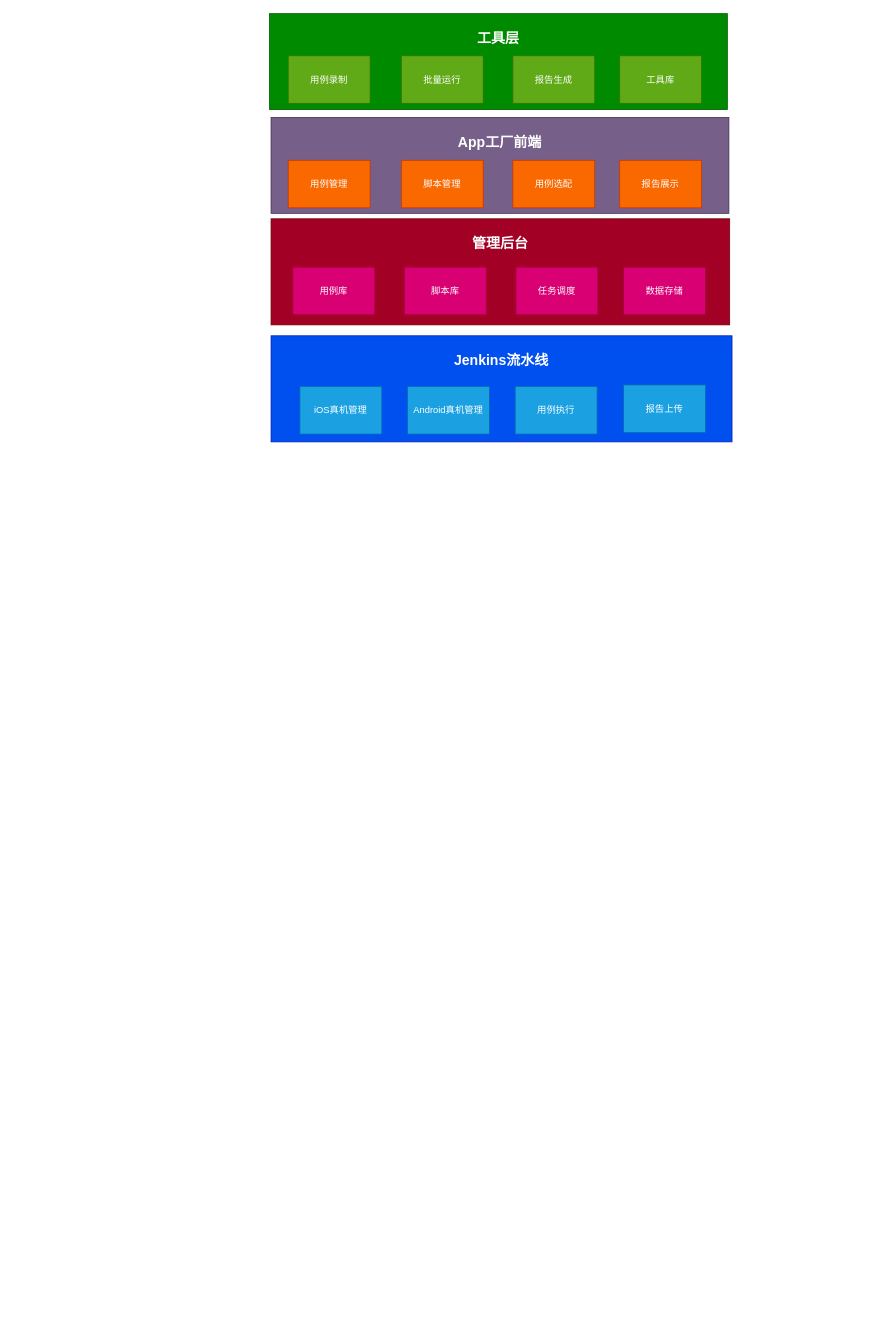
This is 移动测试平台.drawio from MrDreamCatcher/jisaw, a draw.io file, before an edit. Source tidied: cells renumbered, new cells numbered last; positions are measured from the earlier drawing's top-left corner, leaving out a move shared by most shapes. Both pictures are drawn from the tidied source at 78%, with x=0, y=0 at pixel (269, 13).
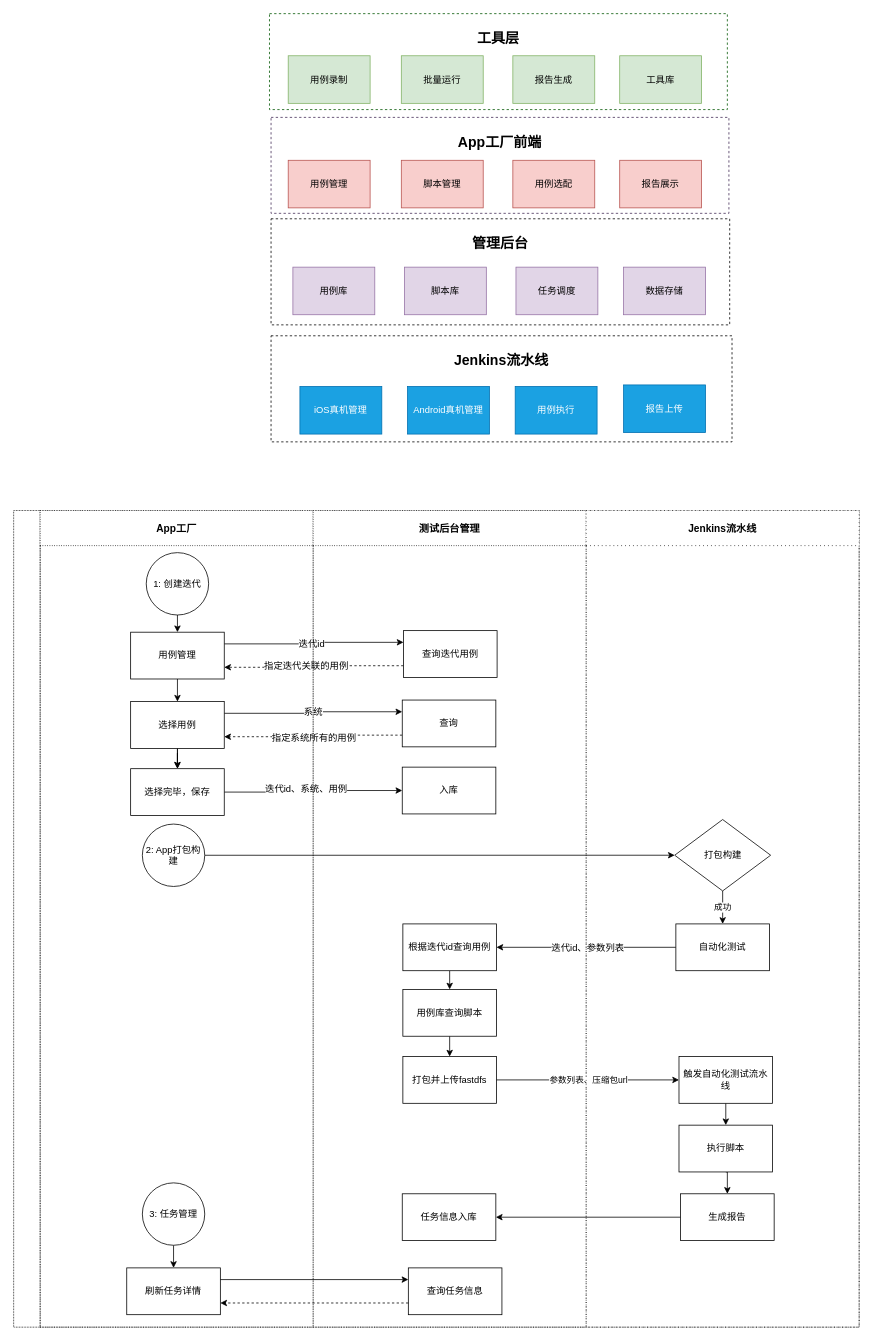
Above is the later version.

Commit message:
更新移动测试平台.drawio

Change to the diagram source:
```diff
@@
-    <mxCell id="2" value="&lt;h2&gt;工具层&lt;/h2&gt;" style="rounded=0;whiteSpace=wrap;html=1;verticalAlign=top;fillColor=#008a00;fontColor=#ffffff;strokeColor=#005700;" parent="1" vertex="1">
+    <mxCell id="2" value="&lt;h2&gt;&lt;font color=&quot;#000000&quot;&gt;工具层&lt;/font&gt;&lt;/h2&gt;" style="rounded=0;whiteSpace=wrap;html=1;verticalAlign=top;fillColor=#FFFFFF;fontColor=#ffffff;strokeColor=#005700;dashed=1;" parent="1" vertex="1">
       <mxGeometry width="587" height="123" as="geometry" />
     </mxCell>
-    <mxCell id="3" value="&lt;h2 style=&quot;text-align: justify;&quot;&gt;&lt;font style=&quot;font-size: 18px;&quot;&gt;管理后台&lt;/font&gt;&lt;/h2&gt;" style="rounded=0;whiteSpace=wrap;html=1;horizontal=1;verticalAlign=top;fillColor=#a20025;fontColor=#ffffff;strokeColor=#6F0000;" parent="1" vertex="1">
+    <mxCell id="3" value="&lt;h2 style=&quot;text-align: justify;&quot;&gt;&lt;font style=&quot;font-size: 18px;&quot;&gt;管理后台&lt;/font&gt;&lt;/h2&gt;" style="rounded=0;whiteSpace=wrap;html=1;horizontal=1;verticalAlign=top;dashed=1;" parent="1" vertex="1">
       <mxGeometry x="2" y="263" width="588" height="136" as="geometry" />
     </mxCell>
-    <mxCell id="4" value="用例库" style="rounded=0;whiteSpace=wrap;html=1;fillColor=#d80073;fontColor=#ffffff;strokeColor=#A50040;" parent="1" vertex="1">
+    <mxCell id="4" value="用例库" style="rounded=0;whiteSpace=wrap;html=1;fillColor=#e1d5e7;strokeColor=#9673a6;" parent="1" vertex="1">
       <mxGeometry x="30" y="325" width="105" height="61" as="geometry" />
     </mxCell>
-    <mxCell id="5" value="脚本库" style="rounded=0;whiteSpace=wrap;html=1;fillColor=#d80073;fontColor=#ffffff;strokeColor=#A50040;" parent="1" vertex="1">
+    <mxCell id="5" value="脚本库" style="rounded=0;whiteSpace=wrap;html=1;fillColor=#e1d5e7;strokeColor=#9673a6;" parent="1" vertex="1">
       <mxGeometry x="173" y="325" width="105" height="61" as="geometry" />
     </mxCell>
-    <mxCell id="6" value="任务调度" style="rounded=0;whiteSpace=wrap;html=1;fillColor=#d80073;fontColor=#ffffff;strokeColor=#A50040;" parent="1" vertex="1">
+    <mxCell id="6" value="任务调度" style="rounded=0;whiteSpace=wrap;html=1;fillColor=#e1d5e7;strokeColor=#9673a6;" parent="1" vertex="1">
       <mxGeometry x="316" y="325" width="105" height="61" as="geometry" />
     </mxCell>
-    <mxCell id="7" value="数据存储" style="rounded=0;whiteSpace=wrap;html=1;fillColor=#d80073;fontColor=#ffffff;strokeColor=#A50040;" parent="1" vertex="1">
+    <mxCell id="7" value="数据存储" style="rounded=0;whiteSpace=wrap;html=1;fillColor=#e1d5e7;strokeColor=#9673a6;" parent="1" vertex="1">
       <mxGeometry x="454" y="325" width="105" height="61" as="geometry" />
     </mxCell>
-    <mxCell id="8" value="用例录制" style="rounded=0;whiteSpace=wrap;html=1;fillColor=#60a917;strokeColor=#2D7600;fontColor=#ffffff;" parent="1" vertex="1">
+    <mxCell id="8" value="用例录制" style="rounded=0;whiteSpace=wrap;html=1;fillColor=#d5e8d4;strokeColor=#82b366;" parent="1" vertex="1">
       <mxGeometry x="24" y="54" width="105" height="61" as="geometry" />
     </mxCell>
-    <mxCell id="9" value="批量运行" style="rounded=0;whiteSpace=wrap;html=1;fillColor=#60a917;strokeColor=#2D7600;fontColor=#ffffff;" parent="1" vertex="1">
+    <mxCell id="9" value="批量运行" style="rounded=0;whiteSpace=wrap;html=1;fillColor=#d5e8d4;strokeColor=#82b366;" parent="1" vertex="1">
       <mxGeometry x="169" y="54" width="105" height="61" as="geometry" />
     </mxCell>
-    <mxCell id="10" value="报告生成" style="rounded=0;whiteSpace=wrap;html=1;fillColor=#60a917;strokeColor=#2D7600;fontColor=#ffffff;" parent="1" vertex="1">
+    <mxCell id="10" value="报告生成" style="rounded=0;whiteSpace=wrap;html=1;fillColor=#d5e8d4;strokeColor=#82b366;" parent="1" vertex="1">
       <mxGeometry x="312" y="54" width="105" height="61" as="geometry" />
     </mxCell>
-    <mxCell id="11" value="&lt;h2 style=&quot;text-align: justify;&quot;&gt;&lt;font color=&quot;#ffffff&quot;&gt;Jenkins流水线&lt;/font&gt;&lt;/h2&gt;" style="rounded=0;whiteSpace=wrap;html=1;horizontal=1;verticalAlign=top;fillColor=#0050ef;fontColor=#ffffff;strokeColor=#001DBC;" parent="1" vertex="1">
+    <mxCell id="11" value="&lt;h2 style=&quot;text-align: justify;&quot;&gt;Jenkins流水线&lt;/h2&gt;" style="rounded=0;whiteSpace=wrap;html=1;horizontal=1;verticalAlign=top;dashed=1;" parent="1" vertex="1">
       <mxGeometry x="2" y="413" width="591" height="136" as="geometry" />
     </mxCell>
-    <mxCell id="12" value="工具库" style="rounded=0;whiteSpace=wrap;html=1;fillColor=#60a917;strokeColor=#2D7600;fontColor=#ffffff;" parent="1" vertex="1">
+    <mxCell id="12" value="工具库" style="rounded=0;whiteSpace=wrap;html=1;fillColor=#d5e8d4;strokeColor=#82b366;" parent="1" vertex="1">
       <mxGeometry x="449" y="54" width="105" height="61" as="geometry" />
     </mxCell>
@@
-    <mxCell id="17" value="&lt;h2&gt;App工厂前端&lt;/h2&gt;" style="rounded=0;whiteSpace=wrap;html=1;verticalAlign=top;fillColor=#76608a;fontColor=#ffffff;strokeColor=#432D57;" parent="1" vertex="1">
+    <mxCell id="17" value="&lt;h2&gt;&lt;font color=&quot;#000000&quot;&gt;App工厂前端&lt;/font&gt;&lt;/h2&gt;" style="rounded=0;whiteSpace=wrap;html=1;verticalAlign=top;fillColor=#FFFFFF;fontColor=#ffffff;strokeColor=#432D57;dashed=1;" parent="1" vertex="1">
       <mxGeometry x="2" y="133" width="587" height="123" as="geometry" />
     </mxCell>
-    <mxCell id="18" value="用例管理" style="rounded=0;whiteSpace=wrap;html=1;fillColor=#fa6800;strokeColor=#C73500;fontColor=#FFFFFF;" parent="1" vertex="1">
+    <mxCell id="18" value="用例管理" style="rounded=0;whiteSpace=wrap;html=1;fillColor=#f8cecc;strokeColor=#b85450;" parent="1" vertex="1">
       <mxGeometry x="24" y="188" width="105" height="61" as="geometry" />
     </mxCell>
-    <mxCell id="19" value="脚本管理" style="rounded=0;whiteSpace=wrap;html=1;fillColor=#fa6800;strokeColor=#C73500;fontColor=#FFFFFF;" parent="1" vertex="1">
+    <mxCell id="19" value="脚本管理" style="rounded=0;whiteSpace=wrap;html=1;fillColor=#f8cecc;strokeColor=#b85450;" parent="1" vertex="1">
       <mxGeometry x="169" y="188" width="105" height="61" as="geometry" />
     </mxCell>
-    <mxCell id="20" value="用例选配" style="rounded=0;whiteSpace=wrap;html=1;fillColor=#fa6800;strokeColor=#C73500;fontColor=#FFFFFF;" parent="1" vertex="1">
+    <mxCell id="20" value="用例选配" style="rounded=0;whiteSpace=wrap;html=1;fillColor=#f8cecc;strokeColor=#b85450;" parent="1" vertex="1">
       <mxGeometry x="312" y="188" width="105" height="61" as="geometry" />
     </mxCell>
-    <mxCell id="21" value="报告展示" style="rounded=0;whiteSpace=wrap;html=1;fillColor=#fa6800;strokeColor=#C73500;fontColor=#FFFFFF;" parent="1" vertex="1">
+    <mxCell id="21" value="报告展示" style="rounded=0;whiteSpace=wrap;html=1;fillColor=#f8cecc;strokeColor=#b85450;" parent="1" vertex="1">
       <mxGeometry x="449" y="188" width="105" height="61" as="geometry" />
     </mxCell>
+    <mxCell id="22" style="swimlane;startSize=34;horizontal=0;fontSize=15;dashed=1;dashPattern=1 1;" parent="1" vertex="1">
+      <mxGeometry x="-328" y="637" width="1084" height="1047" as="geometry" />
+    </mxCell>
+    <mxCell id="23" style="edgeStyle=orthogonalEdgeStyle;rounded=0;jettySize=auto;html=1;exitX=1;exitY=0.25;exitDx=0;exitDy=0;entryX=0;entryY=0.25;entryDx=0;entryDy=0;" parent="22" edge="1" source="40" target="50">
+      <mxGeometry relative="1" as="geometry" />
+    </mxCell>
+    <mxCell id="24" value="迭代id" style="edgeLabel;html=1;align=center;verticalAlign=middle;fontSize=12;" parent="23" vertex="1">
+      <mxGeometry x="-0.17" y="3" relative="1" as="geometry">
+        <mxPoint x="15" y="2" as="offset" />
+      </mxGeometry>
+    </mxCell>
+    <mxCell id="25" style="edgeStyle=orthogonalEdgeStyle;rounded=0;jettySize=auto;html=1;exitX=0;exitY=0.75;exitDx=0;exitDy=0;entryX=1;entryY=0.75;entryDx=0;entryDy=0;dashed=1;" parent="22" edge="1" source="50" target="40">
+      <mxGeometry relative="1" as="geometry" />
+    </mxCell>
+    <mxCell id="26" value="指定迭代关联的用例" style="edgeLabel;html=1;align=center;verticalAlign=middle;fontSize=12;" parent="25" vertex="1">
+      <mxGeometry x="-0.1" y="-2" relative="1" as="geometry">
+        <mxPoint x="-21" y="2" as="offset" />
+      </mxGeometry>
+    </mxCell>
+    <mxCell id="27" style="edgeStyle=orthogonalEdgeStyle;rounded=0;jettySize=auto;html=1;exitX=1;exitY=0.25;exitDx=0;exitDy=0;entryX=0;entryY=0.25;entryDx=0;entryDy=0;" parent="22" edge="1" source="43" target="51">
+      <mxGeometry relative="1" as="geometry" />
+    </mxCell>
+    <mxCell id="28" value="系统" style="edgeLabel;html=1;align=center;verticalAlign=middle;fontSize=12;" parent="27" vertex="1">
+      <mxGeometry x="-0.04" y="1" relative="1" as="geometry">
+        <mxPoint x="3" y="-1" as="offset" />
+      </mxGeometry>
+    </mxCell>
+    <mxCell id="29" style="edgeStyle=orthogonalEdgeStyle;rounded=0;jettySize=auto;html=1;exitX=0;exitY=0.75;exitDx=0;exitDy=0;entryX=1;entryY=0.75;entryDx=0;entryDy=0;dashed=1;" parent="22" edge="1" source="51" target="43">
+      <mxGeometry relative="1" as="geometry" />
+    </mxCell>
+    <mxCell id="30" value="指定系统所有的用例" style="edgeLabel;html=1;align=center;verticalAlign=middle;fontSize=12;" parent="29" vertex="1">
+      <mxGeometry x="0.04" y="-1" relative="1" as="geometry">
+        <mxPoint x="4" y="2" as="offset" />
+      </mxGeometry>
+    </mxCell>
+    <mxCell id="31" style="edgeStyle=orthogonalEdgeStyle;rounded=0;jettySize=auto;html=1;exitX=1;exitY=0.5;exitDx=0;exitDy=0;entryX=0;entryY=0.5;entryDx=0;entryDy=0;" parent="22" edge="1" source="44" target="52">
+      <mxGeometry relative="1" as="geometry" />
+    </mxCell>
+    <mxCell id="32" value="迭代id、系统、用例" style="edgeLabel;html=1;align=center;verticalAlign=middle;fontSize=12;" parent="31" vertex="1">
+      <mxGeometry x="0.08" y="4" relative="1" as="geometry">
+        <mxPoint x="-18" y="2" as="offset" />
+      </mxGeometry>
+    </mxCell>
+    <mxCell id="33" style="edgeStyle=orthogonalEdgeStyle;rounded=0;jettySize=auto;html=1;exitX=1;exitY=0.5;exitDx=0;exitDy=0;entryX=0;entryY=0.5;entryDx=0;entryDy=0;" parent="22" edge="1" source="45" target="67">
+      <mxGeometry relative="1" as="geometry" />
+    </mxCell>
+    <mxCell id="34" style="edgeStyle=orthogonalEdgeStyle;rounded=0;jettySize=auto;html=1;exitX=0;exitY=0.5;exitDx=0;exitDy=0;entryX=1;entryY=0.5;entryDx=0;entryDy=0;" parent="22" edge="1" source="68" target="54">
+      <mxGeometry relative="1" as="geometry" />
+    </mxCell>
+    <mxCell id="35" value="迭代id、参数列表" style="edgeLabel;html=1;align=center;verticalAlign=middle;fontSize=12;" parent="34" vertex="1">
+      <mxGeometry x="-0.05" relative="1" as="geometry">
+        <mxPoint x="-5" as="offset" />
+      </mxGeometry>
+    </mxCell>
+    <mxCell id="36" value="App工厂" style="swimlane;startSize=45;fontSize=13;dashed=1;dashPattern=1 2;" parent="22" vertex="1">
+      <mxGeometry x="34" width="350" height="1047" as="geometry" />
+    </mxCell>
+    <mxCell id="37" style="edgeStyle=orthogonalEdgeStyle;rounded=0;jettySize=auto;html=1;exitX=0.5;exitY=1;exitDx=0;exitDy=0;entryX=0.5;entryY=0;entryDx=0;entryDy=0;" parent="36" edge="1" source="38" target="40">
+      <mxGeometry relative="1" as="geometry" />
+    </mxCell>
+    <mxCell id="38" value="1: 创建迭代" style="ellipse;whiteSpace=wrap;html=1;" parent="36" vertex="1">
+      <mxGeometry x="136" y="54" width="80" height="80" as="geometry" />
+    </mxCell>
+    <mxCell id="39" style="edgeStyle=orthogonalEdgeStyle;rounded=0;jettySize=auto;html=1;exitX=0.5;exitY=1;exitDx=0;exitDy=0;entryX=0.5;entryY=0;entryDx=0;entryDy=0;" parent="36" edge="1" source="40" target="43">
+      <mxGeometry relative="1" as="geometry" />
+    </mxCell>
+    <mxCell id="40" value="用例管理" style="whiteSpace=wrap;html=1;" parent="36" vertex="1">
+      <mxGeometry x="116" y="156" width="120" height="60" as="geometry" />
+    </mxCell>
+    <mxCell id="41" style="edgeStyle=orthogonalEdgeStyle;rounded=0;jettySize=auto;html=1;exitX=0.5;exitY=1;exitDx=0;exitDy=0;entryX=0.5;entryY=0;entryDx=0;entryDy=0;" parent="36" edge="1" source="43" target="44">
+      <mxGeometry relative="1" as="geometry" />
+    </mxCell>
+    <mxCell id="42" style="edgeStyle=orthogonalEdgeStyle;rounded=0;jettySize=auto;html=1;" parent="36" edge="1" source="43" target="44">
+      <mxGeometry relative="1" as="geometry" />
+    </mxCell>
+    <mxCell id="43" value="选择用例" style="whiteSpace=wrap;html=1;" parent="36" vertex="1">
+      <mxGeometry x="116" y="245" width="120" height="60" as="geometry" />
+    </mxCell>
+    <mxCell id="44" value="选择完毕，保存" style="whiteSpace=wrap;html=1;" parent="36" vertex="1">
+      <mxGeometry x="116" y="331" width="120" height="60" as="geometry" />
+    </mxCell>
+    <mxCell id="45" value="2: App打包构建" style="ellipse;whiteSpace=wrap;html=1;" parent="36" vertex="1">
+      <mxGeometry x="131" y="402" width="80" height="80" as="geometry" />
+    </mxCell>
+    <mxCell id="46" style="edgeStyle=orthogonalEdgeStyle;rounded=0;jettySize=auto;html=1;exitX=0.5;exitY=1;exitDx=0;exitDy=0;entryX=0.5;entryY=0;entryDx=0;entryDy=0;" parent="36" edge="1" source="47" target="48">
+      <mxGeometry relative="1" as="geometry" />
+    </mxCell>
+    <mxCell id="47" value="3: 任务管理" style="ellipse;whiteSpace=wrap;html=1;" parent="36" vertex="1">
+      <mxGeometry x="131" y="862" width="80" height="80" as="geometry" />
+    </mxCell>
+    <mxCell id="48" value="刷新任务详情" style="whiteSpace=wrap;html=1;" parent="36" vertex="1">
+      <mxGeometry x="111" y="971" width="120" height="60" as="geometry" />
+    </mxCell>
+    <mxCell id="49" value="测试后台管理" style="swimlane;startSize=45;fontSize=13;dashed=1;dashPattern=1 2;" parent="22" vertex="1">
+      <mxGeometry x="384" width="350" height="1047" as="geometry" />
+    </mxCell>
+    <mxCell id="50" value="查询迭代用例" style="whiteSpace=wrap;html=1;" parent="49" vertex="1">
+      <mxGeometry x="115.8" y="154" width="120" height="60" as="geometry" />
+    </mxCell>
+    <mxCell id="51" value="查询" style="whiteSpace=wrap;html=1;" parent="49" vertex="1">
+      <mxGeometry x="114.2" y="243" width="120" height="60" as="geometry" />
+    </mxCell>
+    <mxCell id="52" value="入库" style="whiteSpace=wrap;html=1;" parent="49" vertex="1">
+      <mxGeometry x="114.2" y="329" width="120" height="60" as="geometry" />
+    </mxCell>
+    <mxCell id="53" style="edgeStyle=orthogonalEdgeStyle;rounded=0;jettySize=auto;html=1;exitX=0.5;exitY=1;exitDx=0;exitDy=0;entryX=0.5;entryY=0;entryDx=0;entryDy=0;" parent="49" edge="1" source="54" target="56">
+      <mxGeometry relative="1" as="geometry" />
+    </mxCell>
+    <mxCell id="54" value="根据迭代id查询用例" style="whiteSpace=wrap;html=1;" parent="49" vertex="1">
+      <mxGeometry x="115" y="530" width="120" height="60" as="geometry" />
+    </mxCell>
+    <mxCell id="55" style="edgeStyle=orthogonalEdgeStyle;rounded=0;jettySize=auto;html=1;exitX=0.5;exitY=1;exitDx=0;exitDy=0;entryX=0.5;entryY=0;entryDx=0;entryDy=0;" parent="49" edge="1" source="56" target="57">
+      <mxGeometry relative="1" as="geometry" />
+    </mxCell>
+    <mxCell id="56" value="用例库查询脚本" style="whiteSpace=wrap;html=1;" parent="49" vertex="1">
+      <mxGeometry x="115" y="614" width="120" height="60" as="geometry" />
+    </mxCell>
+    <mxCell id="57" value="打包并上传fastdfs" style="whiteSpace=wrap;html=1;" parent="49" vertex="1">
+      <mxGeometry x="115" y="700" width="120" height="60" as="geometry" />
+    </mxCell>
+    <mxCell id="58" value="任务信息入库" style="whiteSpace=wrap;html=1;" parent="49" vertex="1">
+      <mxGeometry x="114.2" y="876" width="120" height="60" as="geometry" />
+    </mxCell>
+    <mxCell id="59" value="查询任务信息" style="whiteSpace=wrap;html=1;" parent="49" vertex="1">
+      <mxGeometry x="122" y="971" width="120" height="60" as="geometry" />
+    </mxCell>
+    <mxCell id="60" style="edgeStyle=orthogonalEdgeStyle;rounded=0;jettySize=auto;html=1;exitX=0;exitY=0.5;exitDx=0;exitDy=0;entryX=1;entryY=0.5;entryDx=0;entryDy=0;" parent="22" edge="1" source="73" target="58">
+      <mxGeometry relative="1" as="geometry" />
+    </mxCell>
+    <mxCell id="61" style="edgeStyle=orthogonalEdgeStyle;rounded=0;jettySize=auto;html=1;exitX=1;exitY=0.25;exitDx=0;exitDy=0;entryX=0;entryY=0.25;entryDx=0;entryDy=0;" parent="22" edge="1" source="48" target="59">
+      <mxGeometry relative="1" as="geometry" />
+    </mxCell>
+    <mxCell id="62" style="edgeStyle=orthogonalEdgeStyle;rounded=0;jettySize=auto;html=1;exitX=0;exitY=0.75;exitDx=0;exitDy=0;entryX=1;entryY=0.75;entryDx=0;entryDy=0;dashed=1;" parent="22" edge="1" source="59" target="48">
+      <mxGeometry relative="1" as="geometry" />
+    </mxCell>
+    <mxCell id="63" style="edgeStyle=orthogonalEdgeStyle;rounded=0;jettySize=auto;html=1;exitX=1;exitY=0.5;exitDx=0;exitDy=0;entryX=0;entryY=0.5;entryDx=0;entryDy=0;" parent="22" edge="1" source="57" target="70">
+      <mxGeometry relative="1" as="geometry" />
+    </mxCell>
+    <mxCell id="64" value="参数列表、压缩包url" style="edgeLabel;html=1;align=center;verticalAlign=middle;" parent="63" vertex="1">
+      <mxGeometry x="-0.05" y="3" relative="1" as="geometry">
+        <mxPoint x="6" y="3" as="offset" />
+      </mxGeometry>
+    </mxCell>
+    <mxCell id="65" value="Jenkins流水线" style="swimlane;startSize=45;fontSize=13;dashed=1;dashPattern=1 4;" parent="22" vertex="1">
+      <mxGeometry x="734" width="350" height="1047" as="geometry" />
+    </mxCell>
+    <mxCell id="66" value="成功" style="edgeStyle=orthogonalEdgeStyle;rounded=0;jettySize=auto;html=1;exitX=0.5;exitY=1;exitDx=0;exitDy=0;entryX=0.5;entryY=0;entryDx=0;entryDy=0;" parent="65" edge="1" source="67" target="68">
+      <mxGeometry relative="1" as="geometry" />
+    </mxCell>
+    <mxCell id="67" value="打包构建" style="rhombus;whiteSpace=wrap;html=1;" parent="65" vertex="1">
+      <mxGeometry x="113.5" y="396.2" width="123" height="91.5" as="geometry" />
+    </mxCell>
+    <mxCell id="68" value="自动化测试" style="whiteSpace=wrap;html=1;" parent="65" vertex="1">
+      <mxGeometry x="115" y="530" width="120" height="60" as="geometry" />
+    </mxCell>
+    <mxCell id="69" style="edgeStyle=orthogonalEdgeStyle;rounded=0;jettySize=auto;html=1;exitX=0.5;exitY=1;exitDx=0;exitDy=0;entryX=0.5;entryY=0;entryDx=0;entryDy=0;" parent="65" edge="1" source="70" target="72">
+      <mxGeometry relative="1" as="geometry" />
+    </mxCell>
+    <mxCell id="70" value="触发自动化测试流水线" style="whiteSpace=wrap;html=1;" parent="65" vertex="1">
+      <mxGeometry x="119" y="700" width="120" height="60" as="geometry" />
+    </mxCell>
+    <mxCell id="71" style="edgeStyle=orthogonalEdgeStyle;rounded=0;jettySize=auto;html=1;exitX=0.5;exitY=1;exitDx=0;exitDy=0;entryX=0.5;entryY=0;entryDx=0;entryDy=0;" parent="65" edge="1" source="72" target="73">
+      <mxGeometry relative="1" as="geometry" />
+    </mxCell>
+    <mxCell id="72" value="执行脚本" style="whiteSpace=wrap;html=1;" parent="65" vertex="1">
+      <mxGeometry x="119" y="788" width="120" height="60" as="geometry" />
+    </mxCell>
+    <mxCell id="73" value="生成报告" style="whiteSpace=wrap;html=1;" parent="65" vertex="1">
+      <mxGeometry x="121" y="876" width="120" height="60" as="geometry" />
+    </mxCell>
```
